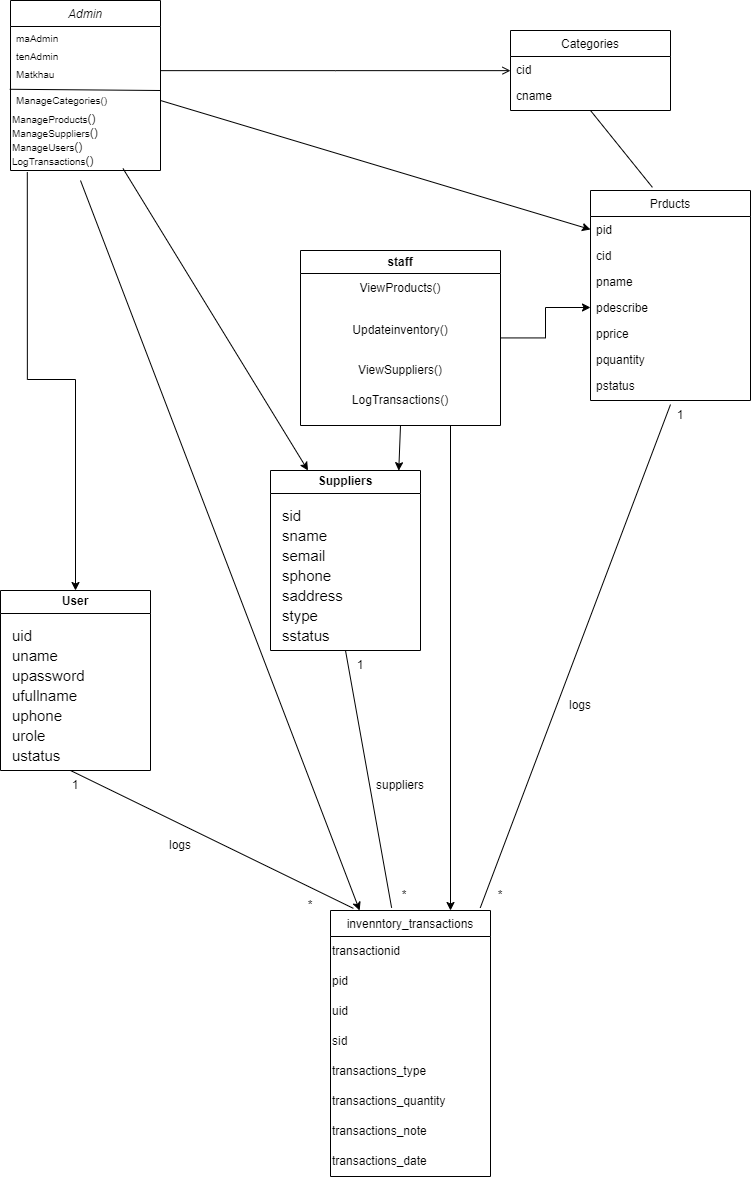
Earlier version of the draw.io export ln.drawio.png (dungvu242k3/JAVA). Source tidied: cells renumbered, new cells last; positions are measured from the earlier drawing's top-left corner, leaving out a move shared by most shapes.
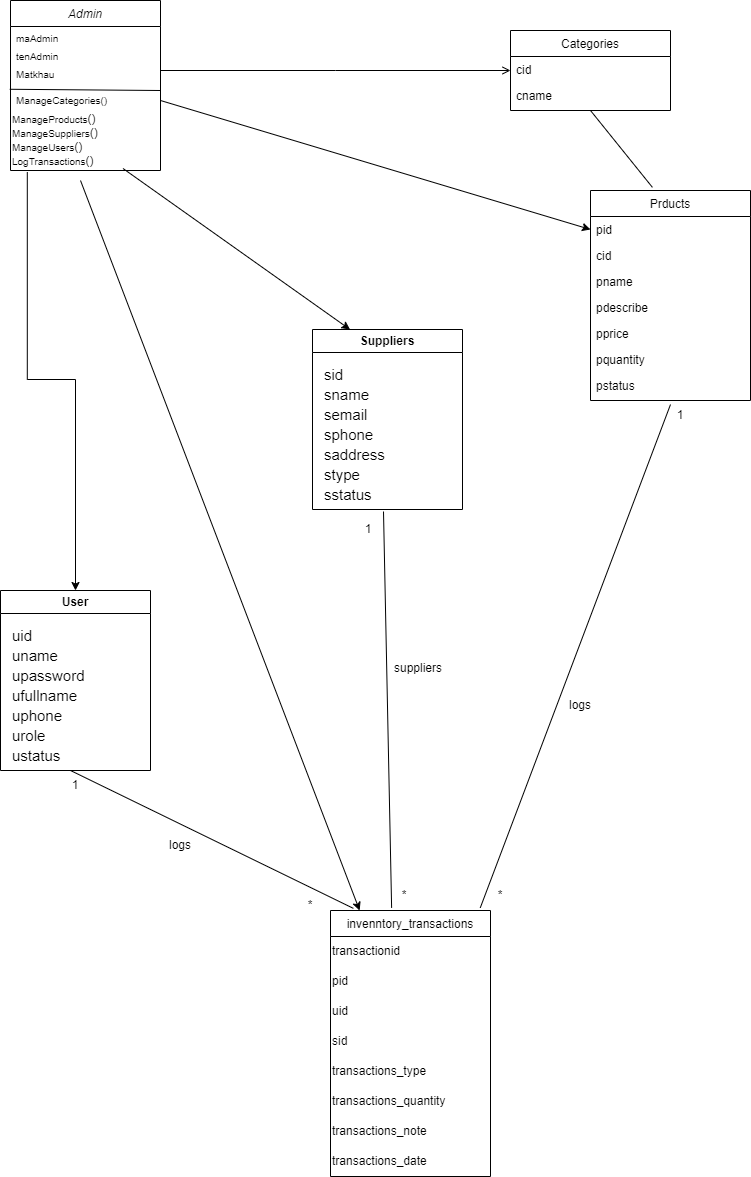
The same file after the commit.

Diff of the diagram source:
```diff
@@ -113,24 +113,6 @@
     <mxCell id="36" value="logs" style="text;html=1;align=center;verticalAlign=middle;whiteSpace=wrap;rounded=0;" parent="1" vertex="1">
       <mxGeometry x="550" y="690" width="60" height="30" as="geometry" />
     </mxCell>
-    <mxCell id="37" style="edgeStyle=orthogonalEdgeStyle;rounded=0;jettySize=auto;html=1;" parent="1" edge="1" source="38" target="16">
-      <mxGeometry relative="1" as="geometry" />
-    </mxCell>
-    <mxCell id="38" value="staff" style="swimlane;whiteSpace=wrap;html=1;" parent="1" vertex="1">
-      <mxGeometry x="300" y="250" width="200" height="175" as="geometry" />
-    </mxCell>
-    <mxCell id="39" value="ViewProducts()" style="text;html=1;align=center;verticalAlign=middle;whiteSpace=wrap;rounded=0;" parent="38" vertex="1">
-      <mxGeometry y="23" width="200" height="30" as="geometry" />
-    </mxCell>
-    <mxCell id="40" value="Updateinventory()" style="text;html=1;align=center;verticalAlign=middle;whiteSpace=wrap;rounded=0;" parent="38" vertex="1">
-      <mxGeometry y="65" width="200" height="30" as="geometry" />
-    </mxCell>
-    <mxCell id="41" value="ViewSuppliers()" style="text;html=1;align=center;verticalAlign=middle;whiteSpace=wrap;rounded=0;" parent="38" vertex="1">
-      <mxGeometry y="105" width="200" height="30" as="geometry" />
-    </mxCell>
-    <mxCell id="42" value="LogTransactions()" style="text;html=1;align=center;verticalAlign=middle;whiteSpace=wrap;rounded=0;" parent="38" vertex="1">
-      <mxGeometry y="135" width="200" height="30" as="geometry" />
-    </mxCell>
     <mxCell id="43" value="User" style="swimlane;whiteSpace=wrap;html=1;" parent="1" vertex="1">
       <mxGeometry y="590" width="150" height="180" as="geometry" />
     </mxCell>
@@ -156,7 +138,7 @@
       <mxGeometry x="10" y="150" width="200" height="30" as="geometry" />
     </mxCell>
     <mxCell id="51" value="Suppliers" style="swimlane;whiteSpace=wrap;html=1;" parent="1" vertex="1">
-      <mxGeometry x="270" y="470" width="150" height="180" as="geometry" />
+      <mxGeometry x="312" y="329" width="150" height="180" as="geometry" />
     </mxCell>
     <mxCell id="52" value="&lt;font style=&quot;font-size: 15px;&quot;&gt;sid&lt;/font&gt;" style="text;html=1;align=left;verticalAlign=middle;whiteSpace=wrap;rounded=0;" parent="51" vertex="1">
       <mxGeometry x="10" y="30" width="200" height="30" as="geometry" />
@@ -188,22 +170,16 @@
     <mxCell id="61" style="endArrow=classic;html=1;rounded=0;exitX=0.75;exitY=1;exitDx=0;exitDy=0;entryX=0.25;entryY=0;entryDx=0;entryDy=0;" parent="1" edge="1" source="11" target="51">
       <mxGeometry relative="1" as="geometry" />
     </mxCell>
-    <mxCell id="62" style="endArrow=classic;html=1;rounded=0;exitX=0.75;exitY=1;exitDx=0;exitDy=0;entryX=0.75;entryY=0;entryDx=0;entryDy=0;" parent="1" edge="1" source="38" target="20">
-      <mxGeometry relative="1" as="geometry" />
-    </mxCell>
-    <mxCell id="63" style="endArrow=classic;html=1;rounded=0;exitX=0.5;exitY=1;exitDx=0;exitDy=0;entryX=0.855;entryY=0.001;entryDx=0;entryDy=0;entryPerimeter=0;" parent="1" edge="1" source="38" target="51">
-      <mxGeometry relative="1" as="geometry" />
-    </mxCell>
     <mxCell id="64" style="endArrow=classic;html=1;rounded=0;" parent="1" edge="1" target="20">
       <mxGeometry relative="1" as="geometry">
         <mxPoint x="80" y="180" as="sourcePoint" />
       </mxGeometry>
     </mxCell>
-    <mxCell id="65" style="endArrow=none;html=1;rounded=0;entryX=0.25;entryY=0;entryDx=0;entryDy=0;exitX=0.382;exitY=-0.01;exitDx=0;exitDy=0;exitPerimeter=0;" parent="1" edge="1" source="20" target="69">
+    <mxCell id="65" style="endArrow=none;html=1;rounded=0;entryX=0.305;entryY=1.067;entryDx=0;entryDy=0;exitX=0.382;exitY=-0.01;exitDx=0;exitDy=0;exitPerimeter=0;entryPerimeter=0;" parent="1" edge="1" source="20" target="58">
       <mxGeometry relative="1" as="geometry" />
     </mxCell>
     <mxCell id="66" value="suppliers" style="text;html=1;align=center;verticalAlign=middle;whiteSpace=wrap;rounded=0;" parent="1" vertex="1">
-      <mxGeometry x="370" y="770" width="60" height="30" as="geometry" />
+      <mxGeometry x="388" y="653" width="60" height="30" as="geometry" />
     </mxCell>
     <mxCell id="67" value="logs" style="text;html=1;align=center;verticalAlign=middle;whiteSpace=wrap;rounded=0;" parent="1" vertex="1">
       <mxGeometry x="150" y="830" width="60" height="30" as="geometry" />
@@ -212,7 +188,7 @@
       <mxGeometry x="650" y="400" width="60" height="30" as="geometry" />
     </mxCell>
     <mxCell id="69" value="1" style="text;html=1;align=center;verticalAlign=middle;whiteSpace=wrap;rounded=0;" parent="1" vertex="1">
-      <mxGeometry x="330" y="650" width="60" height="30" as="geometry" />
+      <mxGeometry x="338" y="514" width="60" height="30" as="geometry" />
     </mxCell>
     <mxCell id="70" value="1" style="text;html=1;align=center;verticalAlign=middle;whiteSpace=wrap;rounded=0;" parent="1" vertex="1">
       <mxGeometry x="45" y="770" width="60" height="30" as="geometry" />
```
